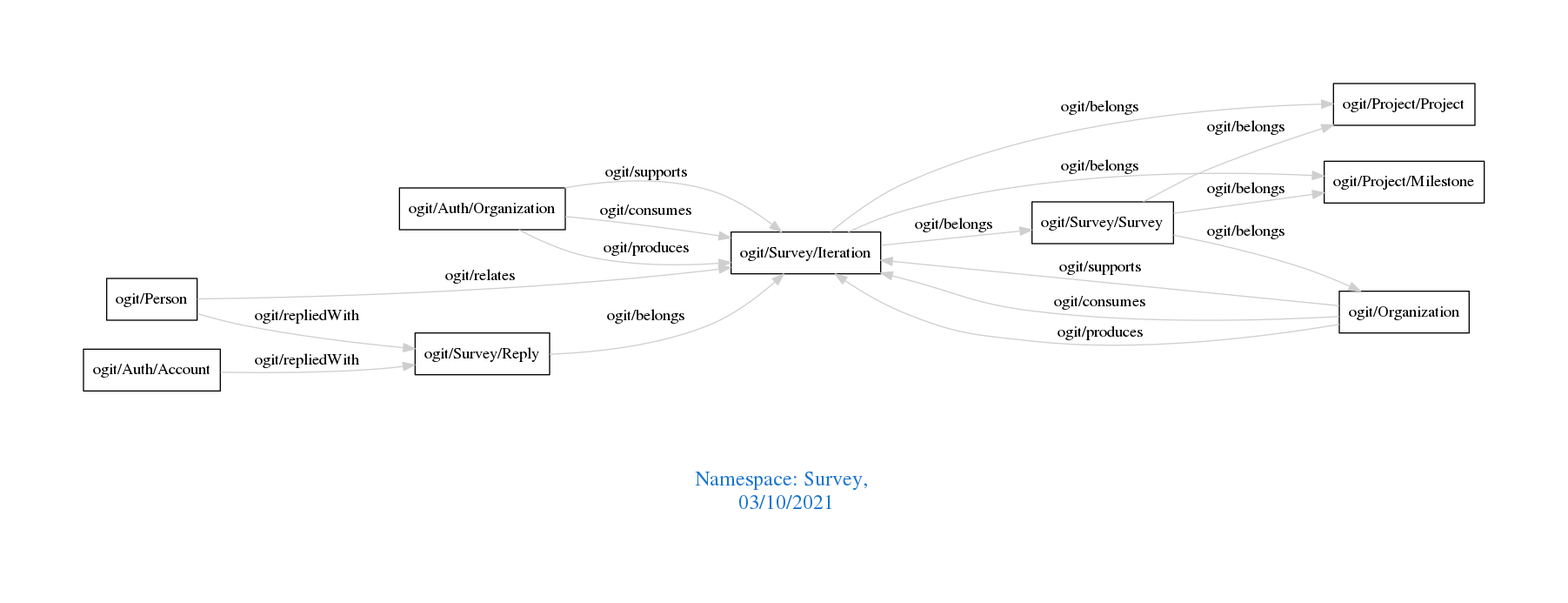
Before: downloads/Survey.png, a diagram exported from Graphviz (arago/OGIT). Its source is kept beside it as downloads/Survey.dot.
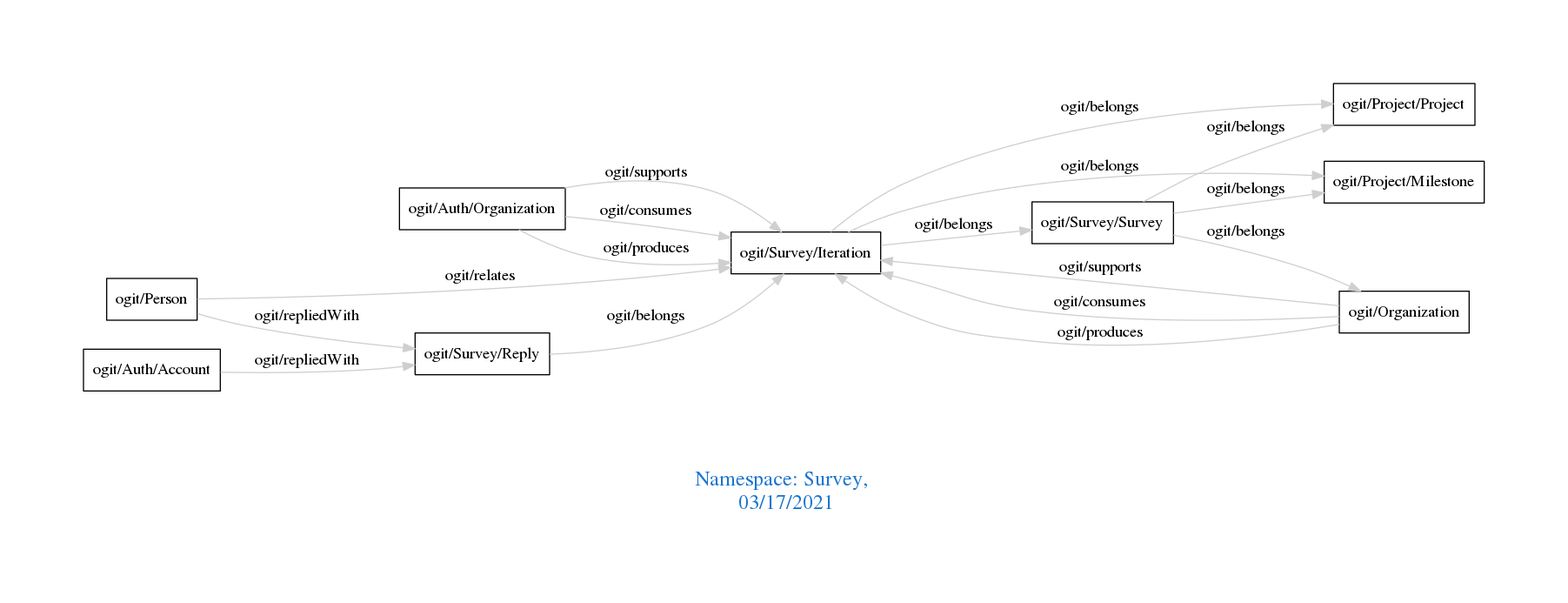
The same diagram one commit later.

The edit, as a diff of the source:
```diff
@@ -1,7 +1,7 @@
 digraph OGIT_ontology {
  graph [ rankdir= LR,pad=1
 fontsize = 18,
-fontcolor= dodgerblue3,label = "\n\n\nNamespace: Survey, \n 03/10/2021"];
+fontcolor= dodgerblue3,label = "\n\n\nNamespace: Survey, \n 03/17/2021"];
 node[shape=polygon];
 edge [  color="gray81"];
 
```
